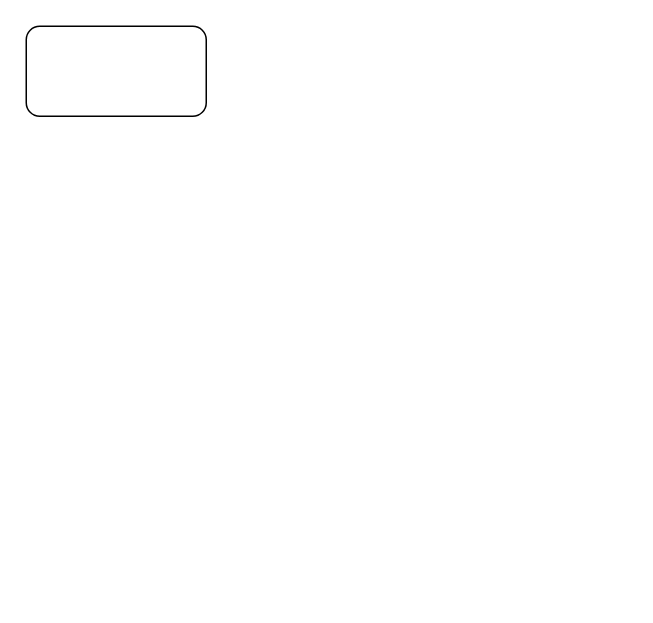
This is 未命名绘图.drawio from jiashenggu/note, a draw.io file, before an edit. Source tidied: cells renumbered, new cells numbered last; positions are measured from the earlier drawing's top-left corner, leaving out a move shared by most shapes. Both pictures are drawn from the tidied source at 150%, with x=0, y=0 at pixel (26, 26).
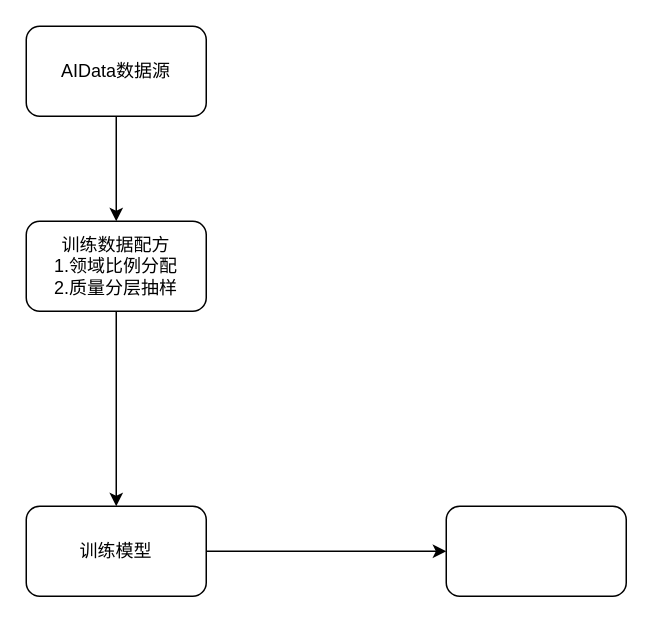
The same diagram, later.

Commit message (it also covers changes not shown here):
更新未命名绘图.drawio

Change to the diagram source:
```diff
@@
 <mxGraphModel>
   <root>
     <mxCell id="0" />
     <mxCell id="1" parent="0" />
+    <mxCell id="3" style="edgeStyle=orthogonalEdgeStyle;rounded=0;jettySize=auto;html=1;" parent="1" edge="1" source="2" target="5">
+      <mxGeometry relative="1" as="geometry" />
+    </mxCell>
-    <mxCell id="2" style="rounded=1;whiteSpace=wrap;html=1;" parent="1" vertex="1">
+    <mxCell id="2" value="AIData数据源" style="rounded=1;whiteSpace=wrap;html=1;" parent="1" vertex="1">
       <mxGeometry width="120" height="60" as="geometry" />
     </mxCell>
+    <mxCell id="4" style="edgeStyle=orthogonalEdgeStyle;rounded=0;jettySize=auto;html=1;" parent="1" edge="1" source="5">
+      <mxGeometry relative="1" as="geometry">
+        <mxPoint x="60" y="320" as="targetPoint" />
+      </mxGeometry>
+    </mxCell>
+    <mxCell id="5" value="训练数据配方&lt;div&gt;1.领域比例分配&lt;/div&gt;&lt;div&gt;2.质量分层抽样&lt;/div&gt;" style="rounded=1;whiteSpace=wrap;html=1;" parent="1" vertex="1">
+      <mxGeometry y="130" width="120" height="60" as="geometry" />
+    </mxCell>
+    <mxCell id="6" style="edgeStyle=orthogonalEdgeStyle;rounded=0;jettySize=auto;html=1;" parent="1" edge="1" source="7">
+      <mxGeometry relative="1" as="geometry">
+        <mxPoint x="280" y="350" as="targetPoint" />
+      </mxGeometry>
+    </mxCell>
+    <mxCell id="7" value="训练模型" style="rounded=1;whiteSpace=wrap;html=1;" parent="1" vertex="1">
+      <mxGeometry y="320" width="120" height="60" as="geometry" />
+    </mxCell>
+    <mxCell id="8" style="rounded=1;whiteSpace=wrap;html=1;" parent="1" vertex="1">
+      <mxGeometry x="280" y="320" width="120" height="60" as="geometry" />
+    </mxCell>
   </root>
 </mxGraphModel>
```
